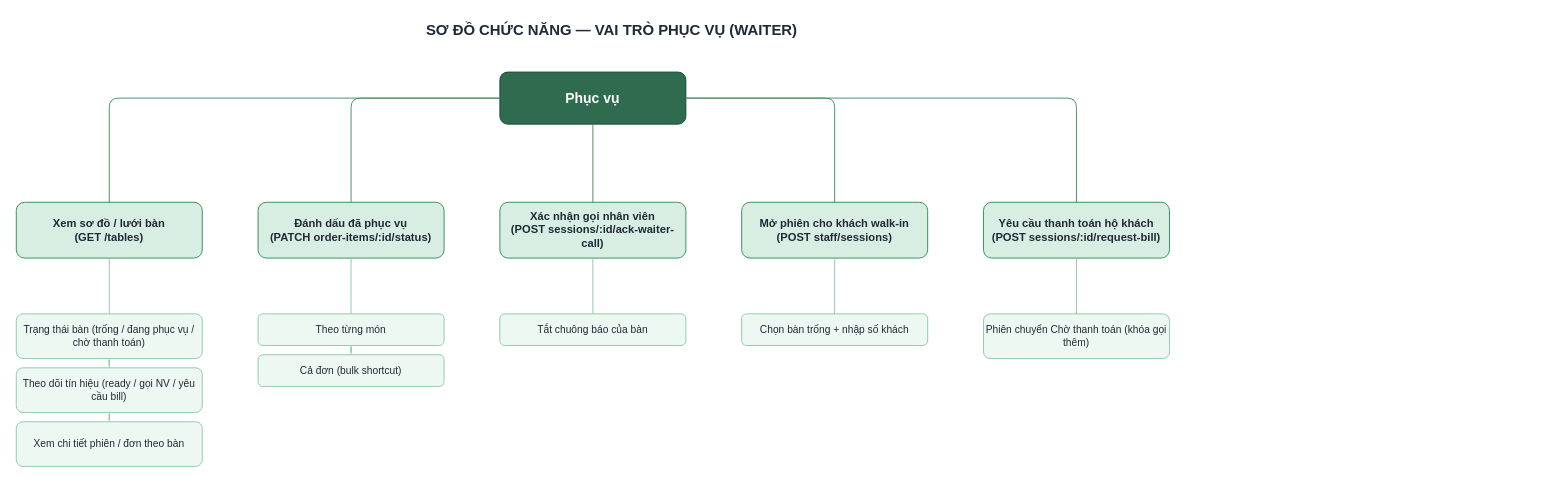
Earlier version of the draw.io diagram docs/diagrams/chuc-nang-phuc-vu.drawio (thanhhoa3514/restaurant-management). Source tidied: cells renumbered, new cells numbered last; positions are measured from the earlier drawing's top-left corner, leaving out a move shared by most shapes. Both pictures are drawn from the tidied source at 93%, with x=0, y=0 at pixel (16, 16).
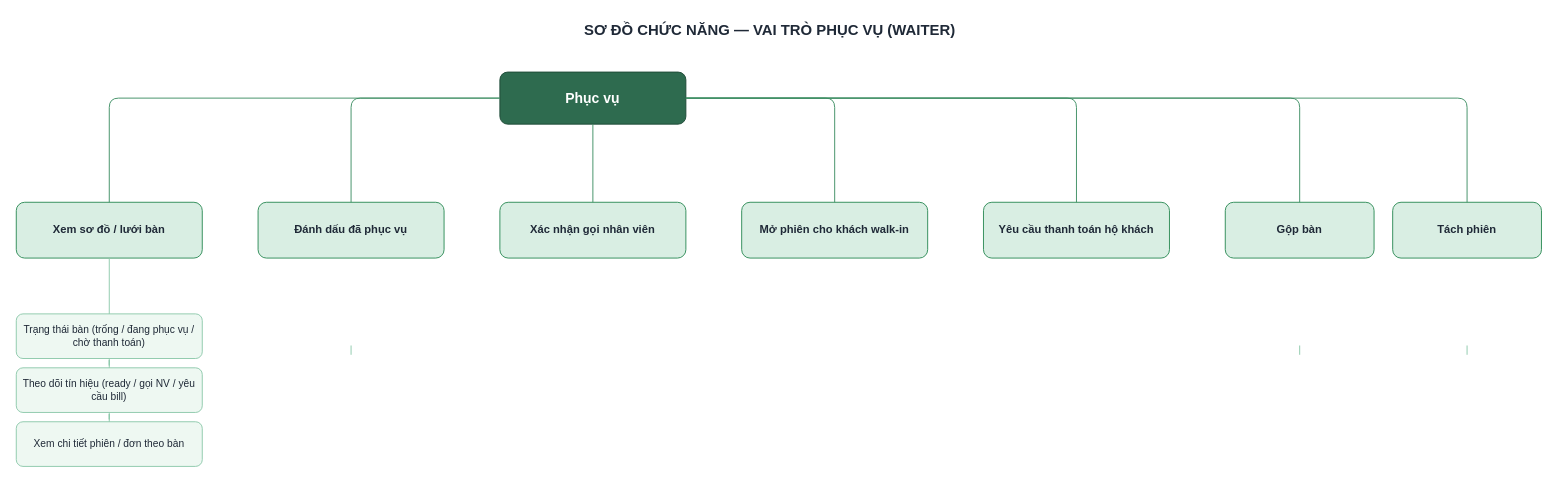
Above is the later version.

Unchanged cells that the change refers to:
```xml
<mxCell id="3" value="Phục vụ" style="rounded=1;whiteSpace=wrap;html=1;fillColor=#2E6B4F;strokeColor=#1E4A36;fontColor=#FFFFFF;fontSize=15;fontStyle=1;" parent="1" vertex="1">
  <mxGeometry x="520" y="60" width="200" height="56" as="geometry" />
</mxCell>
```

Diff of the diagram source:
```diff
@@
     <mxCell id="2" value="SƠ ĐỒ CHỨC NĂNG — VAI TRÒ PHỤC VỤ (WAITER)" style="text;html=1;align=center;verticalAlign=middle;fontSize=16;fontStyle=1;fontColor=#1F2937;" parent="1" vertex="1">
-      <mxGeometry width="1280" height="30" as="geometry" />
+      <mxGeometry width="1620" height="30" as="geometry" />
     </mxCell>
@@
-    <mxCell id="4" value="Xem sơ đồ / lưới bàn&#10;(GET /tables)" style="rounded=1;whiteSpace=wrap;html=1;fillColor=#D9EEE3;strokeColor=#2E8B57;fontColor=#1F2937;fontSize=12;fontStyle=1;" parent="1" vertex="1">
+    <mxCell id="4" value="Xem sơ đồ / lưới bàn" style="rounded=1;whiteSpace=wrap;html=1;fillColor=#D9EEE3;strokeColor=#2E8B57;fontColor=#1F2937;fontSize=12;fontStyle=1;" parent="1" vertex="1">
       <mxGeometry y="200" width="200" height="60" as="geometry" />
     </mxCell>
-    <mxCell id="5" value="Đánh dấu đã phục vụ&#10;(PATCH order-items/:id/status)" style="rounded=1;whiteSpace=wrap;html=1;fillColor=#D9EEE3;strokeColor=#2E8B57;fontColor=#1F2937;fontSize=12;fontStyle=1;" parent="1" vertex="1">
+    <mxCell id="5" value="Đánh dấu đã phục vụ" style="rounded=1;whiteSpace=wrap;html=1;fillColor=#D9EEE3;strokeColor=#2E8B57;fontColor=#1F2937;fontSize=12;fontStyle=1;" parent="1" vertex="1">
       <mxGeometry x="260" y="200" width="200" height="60" as="geometry" />
     </mxCell>
-    <mxCell id="6" value="Xác nhận gọi nhân viên&#10;(POST sessions/:id/ack-waiter-call)" style="rounded=1;whiteSpace=wrap;html=1;fillColor=#D9EEE3;strokeColor=#2E8B57;fontColor=#1F2937;fontSize=12;fontStyle=1;" parent="1" vertex="1">
+    <mxCell id="6" value="Xác nhận gọi nhân viên" style="rounded=1;whiteSpace=wrap;html=1;fillColor=#D9EEE3;strokeColor=#2E8B57;fontColor=#1F2937;fontSize=12;fontStyle=1;" parent="1" vertex="1">
       <mxGeometry x="520" y="200" width="200" height="60" as="geometry" />
     </mxCell>
-    <mxCell id="7" value="Mở phiên cho khách walk-in&#10;(POST staff/sessions)" style="rounded=1;whiteSpace=wrap;html=1;fillColor=#D9EEE3;strokeColor=#2E8B57;fontColor=#1F2937;fontSize=12;fontStyle=1;" parent="1" vertex="1">
+    <mxCell id="7" value="Mở phiên cho khách walk-in" style="rounded=1;whiteSpace=wrap;html=1;fillColor=#D9EEE3;strokeColor=#2E8B57;fontColor=#1F2937;fontSize=12;fontStyle=1;" parent="1" vertex="1">
       <mxGeometry x="780" y="200" width="200" height="60" as="geometry" />
     </mxCell>
-    <mxCell id="8" value="Yêu cầu thanh toán hộ khách&#10;(POST sessions/:id/request-bill)" style="rounded=1;whiteSpace=wrap;html=1;fillColor=#D9EEE3;strokeColor=#2E8B57;fontColor=#1F2937;fontSize=12;fontStyle=1;" parent="1" vertex="1">
+    <mxCell id="8" value="Yêu cầu thanh toán hộ khách" style="rounded=1;whiteSpace=wrap;html=1;fillColor=#D9EEE3;strokeColor=#2E8B57;fontColor=#1F2937;fontSize=12;fontStyle=1;" parent="1" vertex="1">
       <mxGeometry x="1040" y="200" width="200" height="60" as="geometry" />
     </mxCell>
+    <mxCell id="30" value="Gộp bàn" style="rounded=1;whiteSpace=wrap;html=1;fillColor=#D9EEE3;strokeColor=#2E8B57;fontColor=#1F2937;fontSize=12;fontStyle=1;" parent="1" vertex="1">
+      <mxGeometry x="1300" y="200" width="160" height="60" as="geometry" />
+    </mxCell>
+    <mxCell id="31" value="Tách phiên" style="rounded=1;whiteSpace=wrap;html=1;fillColor=#D9EEE3;strokeColor=#2E8B57;fontColor=#1F2937;fontSize=12;fontStyle=1;" parent="1" vertex="1">
+      <mxGeometry x="1480" y="200" width="160" height="60" as="geometry" />
+    </mxCell>
@@
-    <mxCell id="12" value="Theo từng món" style="rounded=1;whiteSpace=wrap;html=1;fillColor=#EEF8F2;strokeColor=#8CC9AB;fontColor=#1F2937;fontSize=11;" parent="1" vertex="1">
-      <mxGeometry x="260" y="320" width="200" height="34" as="geometry" />
-    </mxCell>
-    <mxCell id="13" value="Cả đơn (bulk shortcut)" style="rounded=1;whiteSpace=wrap;html=1;fillColor=#EEF8F2;strokeColor=#8CC9AB;fontColor=#1F2937;fontSize=11;" parent="1" vertex="1">
-      <mxGeometry x="260" y="364" width="200" height="34" as="geometry" />
-    </mxCell>
-    <mxCell id="14" value="Tắt chuông báo của bàn" style="rounded=1;whiteSpace=wrap;html=1;fillColor=#EEF8F2;strokeColor=#8CC9AB;fontColor=#1F2937;fontSize=11;" parent="1" vertex="1">
-      <mxGeometry x="520" y="320" width="200" height="34" as="geometry" />
-    </mxCell>
-    <mxCell id="15" value="Chọn bàn trống + nhập số khách" style="rounded=1;whiteSpace=wrap;html=1;fillColor=#EEF8F2;strokeColor=#8CC9AB;fontColor=#1F2937;fontSize=11;" parent="1" vertex="1">
-      <mxGeometry x="780" y="320" width="200" height="34" as="geometry" />
-    </mxCell>
-    <mxCell id="16" value="Phiên chuyển Chờ thanh toán (khóa gọi thêm)" style="rounded=1;whiteSpace=wrap;html=1;fillColor=#EEF8F2;strokeColor=#8CC9AB;fontColor=#1F2937;fontSize=11;" parent="1" vertex="1">
-      <mxGeometry x="1040" y="320" width="200" height="48" as="geometry" />
-    </mxCell>
@@
+    <mxCell id="32" style="edgeStyle=orthogonalEdgeStyle;rounded=1;html=1;endArrow=none;strokeColor=#3E8E63;" parent="1" edge="1" source="3" target="30">
+      <mxGeometry relative="1" as="geometry" />
+    </mxCell>
+    <mxCell id="33" style="edgeStyle=orthogonalEdgeStyle;rounded=1;html=1;endArrow=none;strokeColor=#3E8E63;" parent="1" edge="1" source="3" target="31">
+      <mxGeometry relative="1" as="geometry" />
+    </mxCell>
@@
-    <mxCell id="25" style="edgeStyle=orthogonalEdgeStyle;rounded=1;html=1;endArrow=none;strokeColor=#8CC9AB;" parent="1" edge="1" source="5" target="12">
-      <mxGeometry relative="1" as="geometry" />
-    </mxCell>
-    <mxCell id="26" style="edgeStyle=orthogonalEdgeStyle;rounded=1;html=1;endArrow=none;strokeColor=#8CC9AB;" parent="1" edge="1" source="12" target="13">
-      <mxGeometry relative="1" as="geometry" />
+    <mxCell id="26" style="edgeStyle=orthogonalEdgeStyle;rounded=1;html=1;endArrow=none;strokeColor=#8CC9AB;" parent="1" edge="1">
+      <mxGeometry relative="1" as="geometry">
+        <mxPoint x="360" y="354" as="sourcePoint" />
+        <mxPoint x="360" y="364" as="targetPoint" />
+      </mxGeometry>
     </mxCell>
-    <mxCell id="27" style="edgeStyle=orthogonalEdgeStyle;rounded=1;html=1;endArrow=none;strokeColor=#8CC9AB;" parent="1" edge="1" source="6" target="14">
-      <mxGeometry relative="1" as="geometry" />
-    </mxCell>
-    <mxCell id="28" style="edgeStyle=orthogonalEdgeStyle;rounded=1;html=1;endArrow=none;strokeColor=#8CC9AB;" parent="1" edge="1" source="7" target="15">
-      <mxGeometry relative="1" as="geometry" />
-    </mxCell>
-    <mxCell id="29" style="edgeStyle=orthogonalEdgeStyle;rounded=1;html=1;endArrow=none;strokeColor=#8CC9AB;" parent="1" edge="1" source="8" target="16">
-      <mxGeometry relative="1" as="geometry" />
-    </mxCell>
+    <mxCell id="34" style="edgeStyle=orthogonalEdgeStyle;rounded=1;html=1;endArrow=none;strokeColor=#8CC9AB;" parent="1" edge="1">
+      <mxGeometry relative="1" as="geometry">
+        <mxPoint x="1380" y="354" as="sourcePoint" />
+        <mxPoint x="1380" y="364" as="targetPoint" />
+      </mxGeometry>
+    </mxCell>
+    <mxCell id="35" style="edgeStyle=orthogonalEdgeStyle;rounded=1;html=1;endArrow=none;strokeColor=#8CC9AB;" parent="1" edge="1">
+      <mxGeometry relative="1" as="geometry">
+        <mxPoint x="1560" y="354" as="sourcePoint" />
+        <mxPoint x="1560" y="364" as="targetPoint" />
+      </mxGeometry>
+    </mxCell>
```
